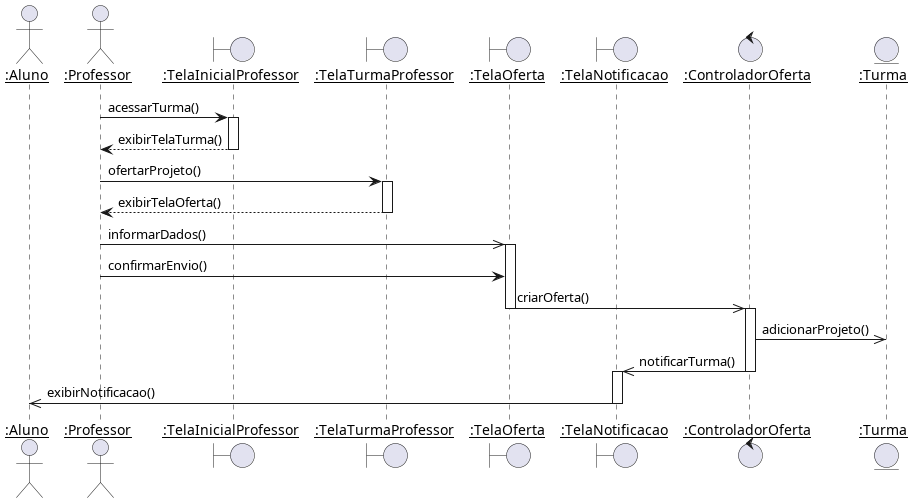
Pedro-V/projetorium keeps this PlantUML diagram as diagramas/sequencia/ofertar_projeto.png. Above is the earlier version. Source of this version:
```plantuml
@startuml
skinparam sequenceParticipant underline

actor ":Aluno" as Aluno
actor ":Professor" as Professor
boundary ":TelaInicialProfessor" as TelaInicialProfessor
boundary ":TelaTurmaProfessor" as TelaTurmaProfessor
boundary ":TelaOferta" as TelaOferta
boundary ":TelaNotificacao" as TelaNotificacao
control ":ControladorOferta" as ControladorOferta
entity ":Turma" as Turma

Professor -> TelaInicialProfessor ++: acessarTurma()
TelaInicialProfessor --> Professor --: exibirTelaTurma()
Professor -> TelaTurmaProfessor ++: ofertarProjeto()
TelaTurmaProfessor --> Professor --: exibirTelaOferta()

Professor ->> TelaOferta ++: informarDados()
Professor -> TelaOferta : confirmarEnvio()
TelaOferta ->> ControladorOferta --++: criarOferta()
ControladorOferta ->> Turma : adicionarProjeto()
ControladorOferta ->> TelaNotificacao --++: notificarTurma()
TelaNotificacao ->> Aluno --: exibirNotificacao()
@enduml
```
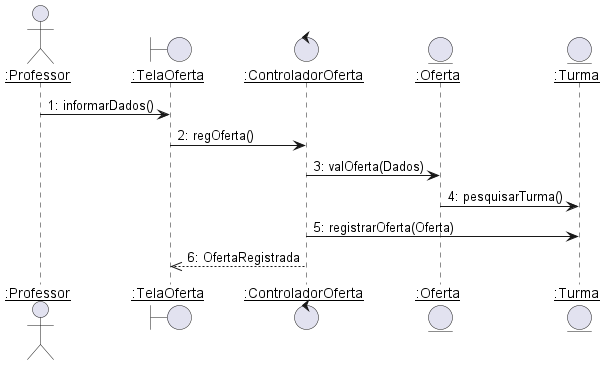
The same diagram one commit later.

Commit message:
Diagrama Revisado

What changed in the source:
```diff
@@ -1,24 +1,17 @@
-@startuml
+@startuml oferta
 skinparam sequenceParticipant underline
 
-actor ":Aluno" as Aluno
 actor ":Professor" as Professor
-boundary ":TelaInicialProfessor" as TelaInicialProfessor
-boundary ":TelaTurmaProfessor" as TelaTurmaProfessor
 boundary ":TelaOferta" as TelaOferta
-boundary ":TelaNotificacao" as TelaNotificacao
 control ":ControladorOferta" as ControladorOferta
+entity ":Oferta" as Oferta
 entity ":Turma" as Turma
 
-Professor -> TelaInicialProfessor ++: acessarTurma()
-TelaInicialProfessor --> Professor --: exibirTelaTurma()
-Professor -> TelaTurmaProfessor ++: ofertarProjeto()
-TelaTurmaProfessor --> Professor --: exibirTelaOferta()
+Professor -> TelaOferta :1: informarDados()
+TelaOferta -> ControladorOferta :2: regOferta()
+ControladorOferta -> Oferta :3: valOferta(Dados)
+Oferta -> Turma :4: pesquisarTurma()
+ControladorOferta -> Turma :5: registrarOferta(Oferta)
 
-Professor ->> TelaOferta ++: informarDados()
-Professor -> TelaOferta : confirmarEnvio()
-TelaOferta ->> ControladorOferta --++: criarOferta()
-ControladorOferta ->> Turma : adicionarProjeto()
-ControladorOferta ->> TelaNotificacao --++: notificarTurma()
-TelaNotificacao ->> Aluno --: exibirNotificacao()
+ControladorOferta -->> TelaOferta --:6: OfertaRegistrada
 @enduml
```
